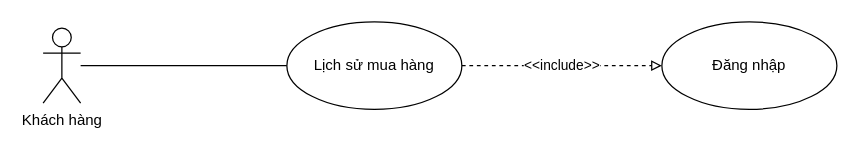
The draw.io diagram page "Page-2" (2 of 5) of Nam3_HK1/CNPM_SoftTech/Usecase Diagrams/UD_4_SalesPage.drawio in EdgarIgnite16/SGU-Course, before the edit. Source tidied: cells renumbered, new cells numbered last; positions are measured from the earlier drawing's top-left corner, leaving out a move shared by most shapes. Both pictures are drawn from the tidied source at 125%, with x=0, y=0 at pixel (42, 21).
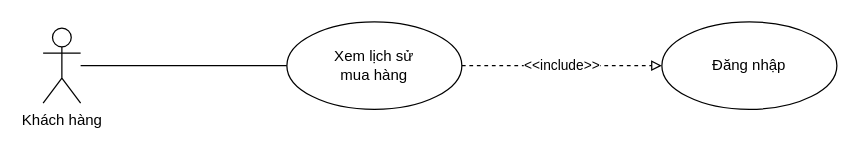
The same page after the edit.

Change to the diagram source:
```diff
@@
 <mxGraphModel>
   <root>
     <mxCell id="0" />
     <mxCell id="1" parent="0" />
     <mxCell id="2" style="edgeStyle=none;rounded=0;jettySize=auto;html=1;startArrow=none;startFill=0;endArrow=none;endFill=0;" parent="1" edge="1" source="3" target="5">
       <mxGeometry relative="1" as="geometry" />
     </mxCell>
     <mxCell id="3" value="Khách hàng" style="shape=umlActor;verticalLabelPosition=bottom;verticalAlign=top;html=1;outlineConnect=0;" parent="1" vertex="1">
       <mxGeometry y="5" width="30" height="60" as="geometry" />
     </mxCell>
     <mxCell id="4" value="Đăng nhập" style="ellipse;whiteSpace=wrap;html=1;" parent="1" vertex="1">
       <mxGeometry x="495" width="140" height="70" as="geometry" />
     </mxCell>
-    <mxCell id="5" value="Lịch sử mua hàng" style="ellipse;whiteSpace=wrap;html=1;" parent="1" vertex="1">
+    <mxCell id="5" value="Xem lịch sử&lt;br&gt;mua hàng" style="ellipse;whiteSpace=wrap;html=1;" parent="1" vertex="1">
       <mxGeometry x="195" width="140" height="70" as="geometry" />
     </mxCell>
     <mxCell id="6" value="&amp;lt;&amp;lt;include&amp;gt;&amp;gt;" style="edgeStyle=none;rounded=0;jettySize=auto;html=1;startArrow=none;startFill=0;endArrow=block;endFill=0;dashed=1;" parent="1" edge="1" source="5" target="4">
       <mxGeometry relative="1" as="geometry" />
     </mxCell>
   </root>
 </mxGraphModel>
```
